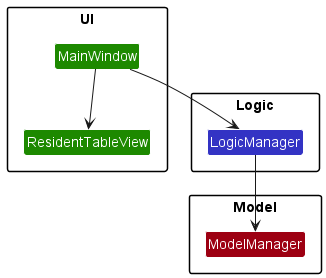
This is docs/images/MainWindowRelationships.png from nus-cs2103-AY2223S1/tp, a PlantUML export, as it was before one commit. The source it was exported from:
```plantuml
@startuml
!include ../style.puml

package UI {
Class MainWindow UI_COLOR
Class ResidentTableView UI_COLOR
}

package Logic {
Class LogicManager LOGIC_COLOR
}

package Model {
Class ModelManager MODEL_COLOR
}


MainWindow --> LogicManager
MainWindow --> ResidentTableView
LogicManager --> ModelManager


@enduml
```
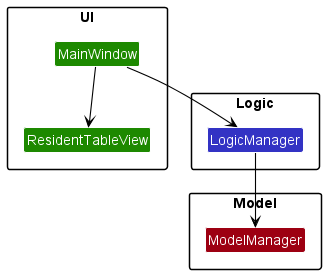
Above is the later version.

Diff of the diagram source:
```diff
@@ -1,5 +1,7 @@
 @startuml
-!include ../style.puml
+!include style.puml
+skinparam arrowThickness 1.1
+skinparam arrowColor BLACK
 
 package UI {
 Class MainWindow UI_COLOR
```
